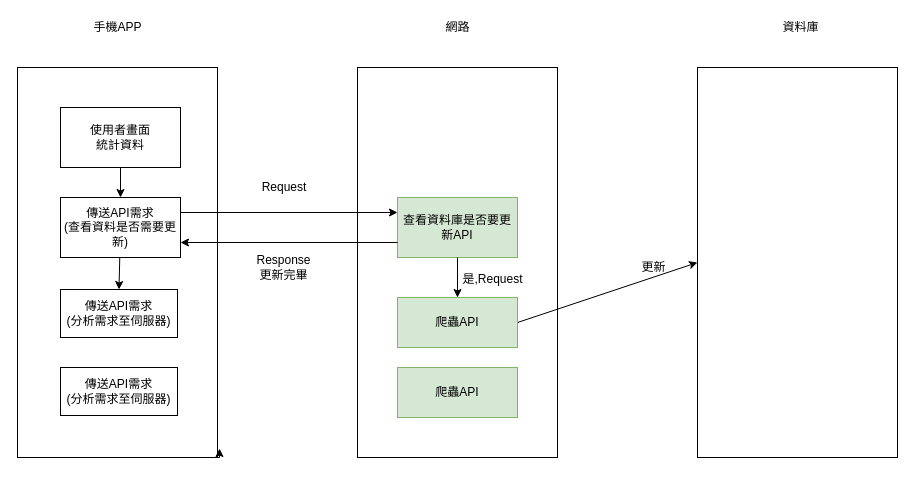
Earlier version of the draw.io diagram Untitled Diagram.drawio (a0935210570602/credit_card_analize_project). Source tidied: cells renumbered, new cells numbered last; positions are measured from the earlier drawing's top-left corner, leaving out a move shared by most shapes. Both pictures are drawn from the tidied source at 100%, with x=0, y=0 at pixel (17, 17).
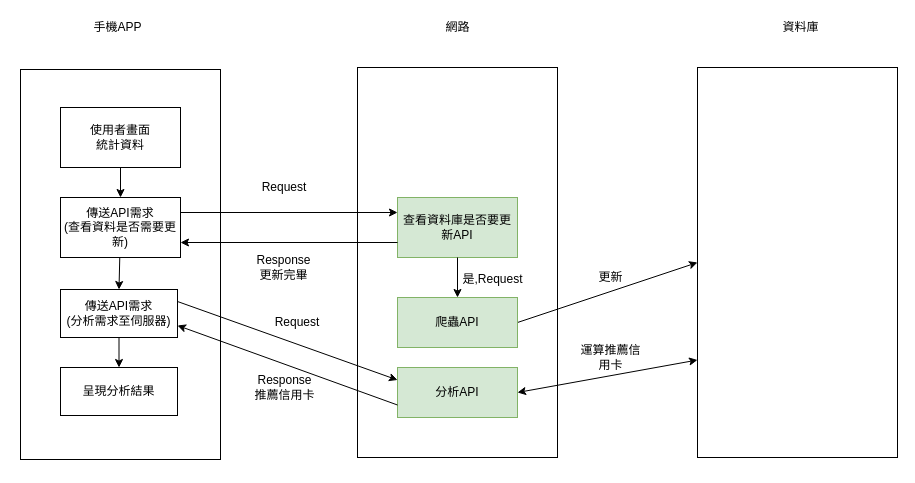
The same page after the edit.

Unchanged cells that the change refers to:
```xml
<mxCell id="5" value="傳送API需求&lt;br&gt;(分析需求至伺服器)" style="rounded=0;whiteSpace=wrap;html=1;" parent="1" vertex="1">
  <mxGeometry x="43" y="272" width="117" height="48" as="geometry" />
</mxCell>
<mxCell id="14" style="rounded=0;whiteSpace=wrap;html=1;" parent="1" vertex="1">
  <mxGeometry x="680" y="50" width="200" height="390" as="geometry" />
</mxCell>
```

The edit, as a diff of the source:
```diff
@@
     <mxCell id="2" style="rounded=0;whiteSpace=wrap;html=1;" parent="1" vertex="1">
-      <mxGeometry y="50" width="200" height="390" as="geometry" />
+      <mxGeometry x="3" y="52" width="200" height="390" as="geometry" />
     </mxCell>
@@
     <mxCell id="17" value="更新" style="text;html=1;strokeColor=none;fillColor=none;align=center;verticalAlign=middle;whiteSpace=wrap;rounded=0;" parent="1" vertex="1">
-      <mxGeometry x="603" y="240" width="67" height="20" as="geometry" />
+      <mxGeometry x="560" y="250" width="67" height="20" as="geometry" />
     </mxCell>
@@
-    <mxCell id="23" style="edgeStyle=orthogonalEdgeStyle;rounded=0;orthogonalLoop=1;jettySize=auto;html=1;exitX=1;exitY=1;exitDx=0;exitDy=0;entryX=1.01;entryY=0.977;entryDx=0;entryDy=0;entryPerimeter=0;" parent="1" edge="1" source="2" target="2">
-      <mxGeometry relative="1" as="geometry" />
-    </mxCell>
-    <mxCell id="24" value="爬蟲API" style="rounded=0;whiteSpace=wrap;html=1;fillColor=#d5e8d4;strokeColor=#82b366;" parent="1" vertex="1">
+    <mxCell id="24" value="分析API" style="rounded=0;whiteSpace=wrap;html=1;fillColor=#d5e8d4;strokeColor=#82b366;" parent="1" vertex="1">
       <mxGeometry x="380" y="350" width="120" height="50" as="geometry" />
     </mxCell>
-    <mxCell id="25" value="傳送API需求&lt;br&gt;(分析需求至伺服器)" style="rounded=0;whiteSpace=wrap;html=1;" parent="1" vertex="1">
+    <mxCell id="25" value="呈現分析結果" style="rounded=0;whiteSpace=wrap;html=1;" parent="1" vertex="1">
       <mxGeometry x="43" y="350" width="117" height="48" as="geometry" />
     </mxCell>
+    <mxCell id="26" style="endArrow=classic;html=1;exitX=1;exitY=0.25;exitDx=0;exitDy=0;entryX=0;entryY=0.25;entryDx=0;entryDy=0;" parent="1" edge="1" source="5" target="24">
+      <mxGeometry relative="1" as="geometry" />
+    </mxCell>
+    <mxCell id="27" style="endArrow=classic;html=1;entryX=1;entryY=0.75;entryDx=0;entryDy=0;exitX=0;exitY=0.75;exitDx=0;exitDy=0;" parent="1" edge="1" source="24" target="5">
+      <mxGeometry relative="1" as="geometry" />
+    </mxCell>
+    <mxCell id="28" style="endArrow=classic;startArrow=classic;html=1;exitX=1;exitY=0.5;exitDx=0;exitDy=0;entryX=0;entryY=0.75;entryDx=0;entryDy=0;" parent="1" edge="1" source="24" target="14">
+      <mxGeometry relative="1" as="geometry" />
+    </mxCell>
+    <mxCell id="29" value="運算推薦信用卡" style="text;html=1;strokeColor=none;fillColor=none;align=center;verticalAlign=middle;whiteSpace=wrap;rounded=0;" parent="1" vertex="1">
+      <mxGeometry x="560" y="330" width="67" height="20" as="geometry" />
+    </mxCell>
+    <mxCell id="30" value="Request" style="text;html=1;strokeColor=none;fillColor=none;align=center;verticalAlign=middle;whiteSpace=wrap;rounded=0;" parent="1" vertex="1">
+      <mxGeometry x="260" y="295" width="40" height="20" as="geometry" />
+    </mxCell>
+    <mxCell id="31" value="Response推薦信用卡" style="text;html=1;strokeColor=none;fillColor=none;align=center;verticalAlign=middle;whiteSpace=wrap;rounded=0;" parent="1" vertex="1">
+      <mxGeometry x="233.5" y="360" width="67" height="20" as="geometry" />
+    </mxCell>
+    <mxCell id="32" style="endArrow=classic;html=1;entryX=0.5;entryY=0;entryDx=0;entryDy=0;exitX=0.5;exitY=1;exitDx=0;exitDy=0;" parent="1" edge="1" source="5" target="25">
+      <mxGeometry relative="1" as="geometry" />
+    </mxCell>
```
